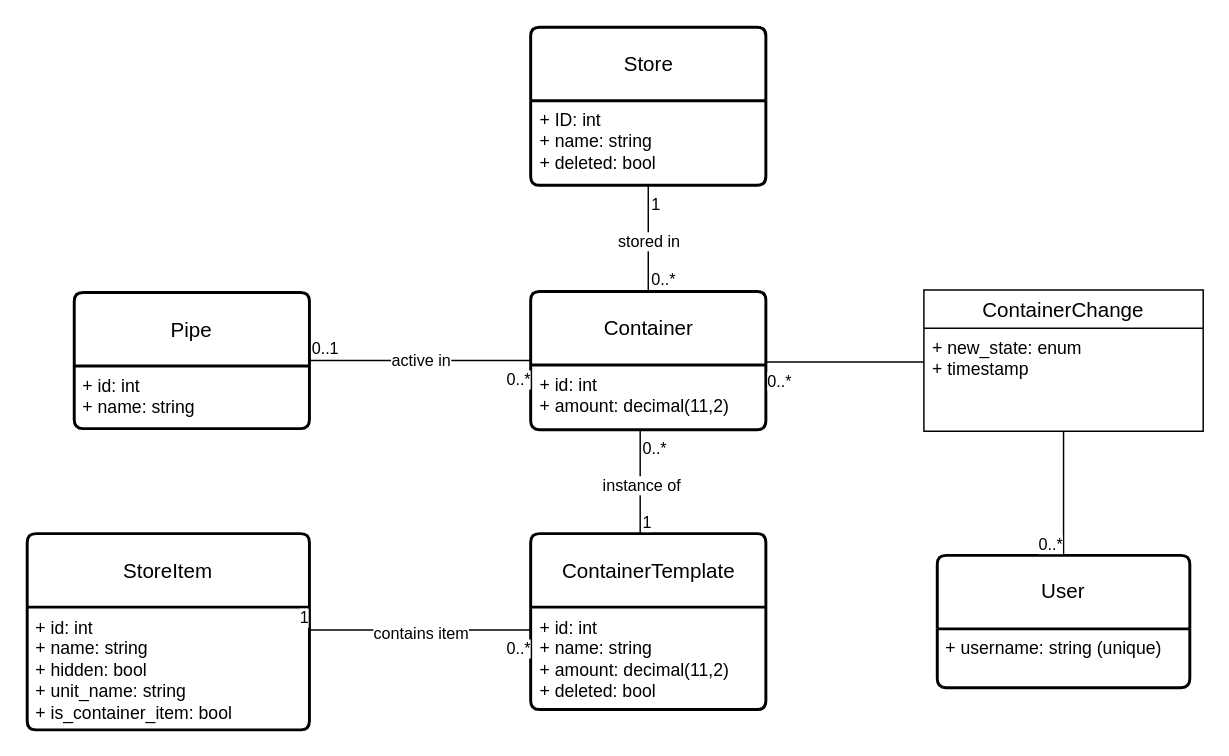
The draw.io diagram doc/thesis/figures/er_diagram_containers.drawio in MrakDun-desu/kis-v4, before the edit. Source tidied: cells renumbered, new cells numbered last; positions are measured from the earlier drawing's top-left corner, leaving out a move shared by most shapes. Both pictures are drawn from the tidied source at 147%, with x=0, y=0 at pixel (26, 26).
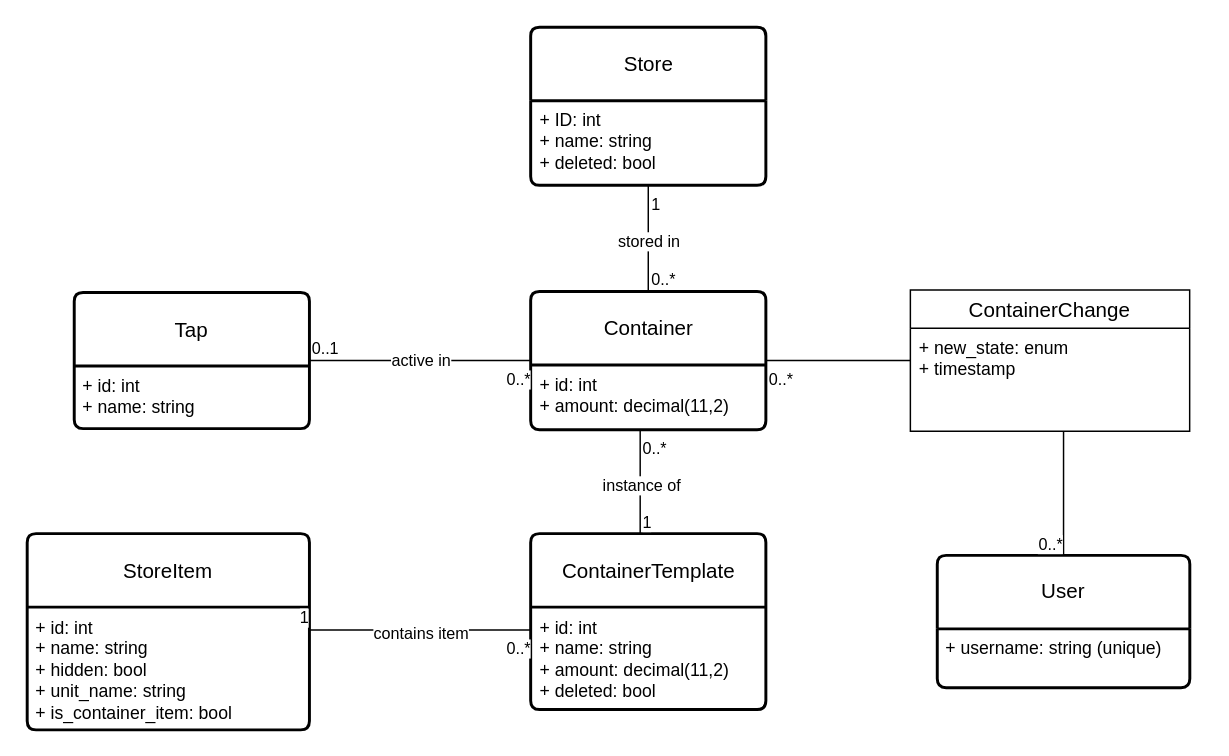
Above is the later version.

The change refers to these unchanged cells:
```xml
<mxCell id="8" value="Container" style="swimlane;horizontal=1;startSize=50;rounded=1;fontSize=14;fontStyle=0;strokeWidth=2;shadow=0;dashed=0;align=center;arcSize=4;whiteSpace=wrap;html=1;" parent="1" vertex="1">
  <mxGeometry x="342.5" y="179.8" width="160" height="94" as="geometry" />
</mxCell>
```

Change to the diagram source:
```diff
@@
-    <mxCell id="10" value="Pipe" style="swimlane;horizontal=1;startSize=50;rounded=1;fontSize=14;fontStyle=0;strokeWidth=2;shadow=0;dashed=0;align=center;arcSize=4;whiteSpace=wrap;html=1;" parent="1" vertex="1">
+    <mxCell id="10" value="Tap" style="swimlane;horizontal=1;startSize=50;rounded=1;fontSize=14;fontStyle=0;strokeWidth=2;shadow=0;dashed=0;align=center;arcSize=4;whiteSpace=wrap;html=1;" parent="1" vertex="1">
       <mxGeometry x="32" y="180.5" width="160" height="92.6" as="geometry" />
     </mxCell>
@@
     <mxCell id="26" value="ContainerChange" style="swimlane;fontStyle=0;horizontal=1;startSize=26;align=center;fontSize=14;fontColor=default;" parent="1" vertex="1">
-      <mxGeometry x="610" y="178.8" width="190" height="96" as="geometry" />
+      <mxGeometry x="600.8" y="178.8" width="190" height="96" as="geometry" />
     </mxCell>
@@
     <mxCell id="28" style="endArrow=none;html=1;rounded=0;endFill=0;edgeStyle=orthogonalEdgeStyle;" parent="1" edge="1" source="26" target="8">
       <mxGeometry relative="1" as="geometry">
         <Array as="points">
-          <mxPoint x="559" y="227.8" />
-          <mxPoint x="559" y="227.8" />
+          <mxPoint x="550" y="227" />
+          <mxPoint x="550" y="227" />
         </Array>
       </mxGeometry>
     </mxCell>
```
